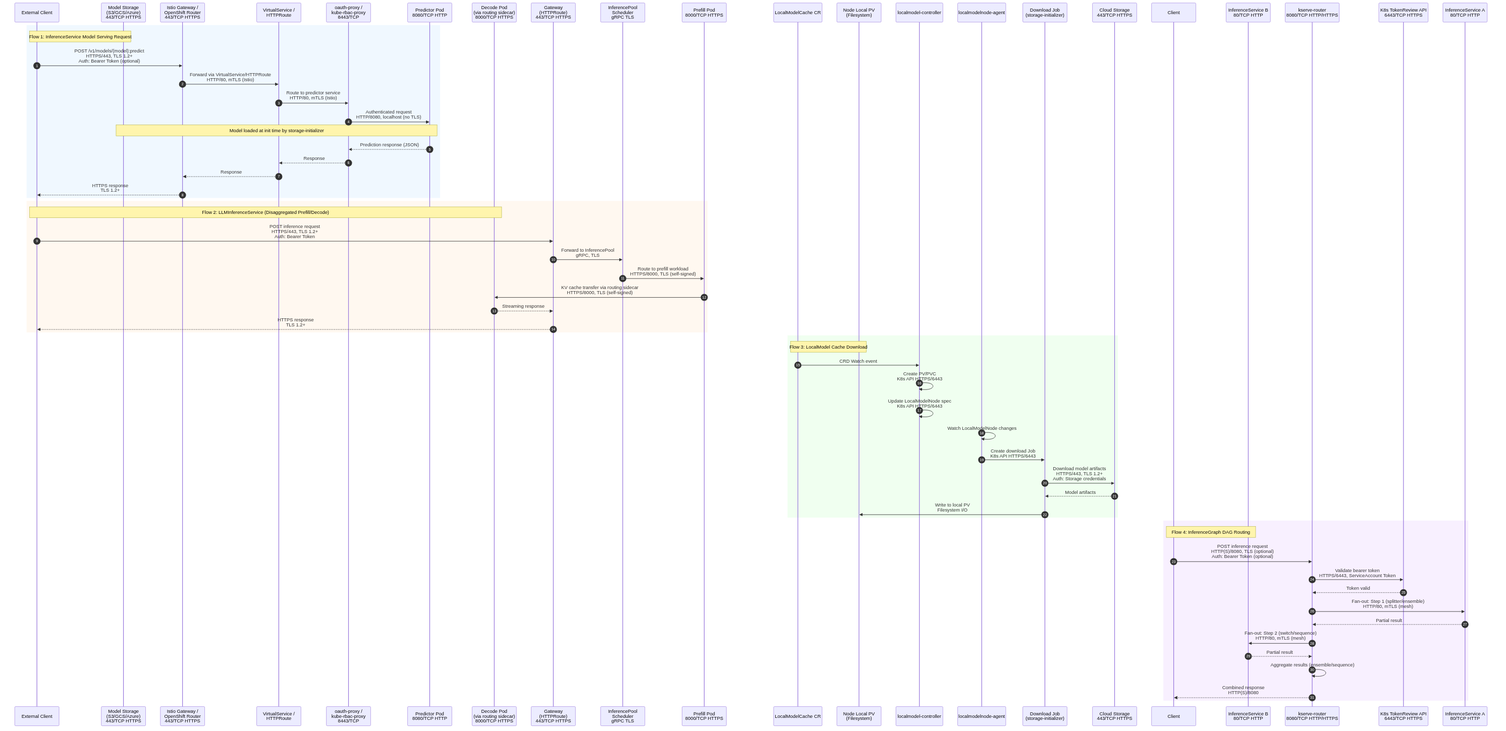
Above: architecture/rhoai.next/diagrams/kserve-dataflow.png in rhuss/architecture-context (Mermaid), before the change. Its source is kept beside it as architecture/rhoai.next/diagrams/kserve-dataflow.mmd.
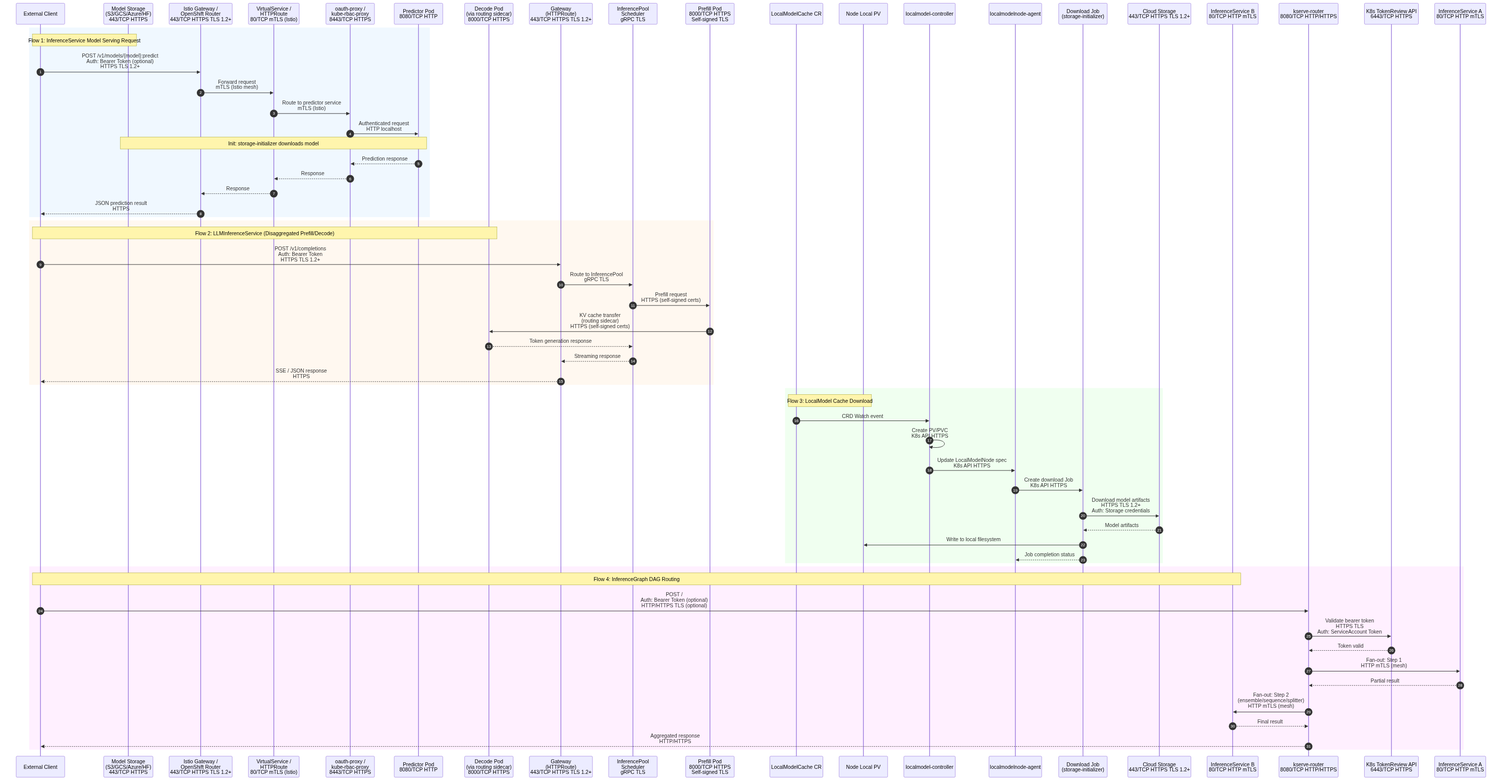
Above is the later version.

What changed in the source:
```diff
@@ -4,72 +4,71 @@
     rect rgb(240, 248, 255)
         Note over Client,ModelStorage: Flow 1: InferenceService Model Serving Request
         participant Client as External Client
-        participant Gateway as Istio Gateway /<br/>OpenShift Router<br/>443/TCP HTTPS
-        participant VS as VirtualService /<br/>HTTPRoute
-        participant OAuthProxy as oauth-proxy /<br/>kube-rbac-proxy<br/>8443/TCP
+        participant Gateway as Istio Gateway /<br/>OpenShift Router<br/>443/TCP HTTPS TLS 1.2+
+        participant VS as VirtualService /<br/>HTTPRoute<br/>80/TCP mTLS (Istio)
+        participant OAuthProxy as oauth-proxy /<br/>kube-rbac-proxy<br/>8443/TCP HTTPS
         participant Predictor as Predictor Pod<br/>8080/TCP HTTP
-        participant ModelStorage as Model Storage<br/>(S3/GCS/Azure)<br/>443/TCP HTTPS
+        participant ModelStorage as Model Storage<br/>(S3/GCS/Azure/HF)<br/>443/TCP HTTPS
 
-        Client->>Gateway: POST /v1/models/{model}:predict<br/>HTTPS/443, TLS 1.2+<br/>Auth: Bearer Token (optional)
-        Gateway->>VS: Forward via VirtualService/HTTPRoute<br/>HTTP/80, mTLS (Istio)
-        VS->>OAuthProxy: Route to predictor service<br/>HTTP/80, mTLS (Istio)
-        OAuthProxy->>Predictor: Authenticated request<br/>HTTP/8080, localhost (no TLS)
-        Note over Predictor,ModelStorage: Model loaded at init time by storage-initializer
-        Predictor-->>OAuthProxy: Prediction response (JSON)
+        Client->>Gateway: POST /v1/models/{model}:predict<br/>Auth: Bearer Token (optional)<br/>HTTPS TLS 1.2+
+        Gateway->>VS: Forward request<br/>mTLS (Istio mesh)
+        VS->>OAuthProxy: Route to predictor service<br/>mTLS (Istio)
+        OAuthProxy->>Predictor: Authenticated request<br/>HTTP localhost
+        Note over Predictor,ModelStorage: Init: storage-initializer downloads model
+        Predictor-->>OAuthProxy: Prediction response
         OAuthProxy-->>VS: Response
         VS-->>Gateway: Response
-        Gateway-->>Client: HTTPS response<br/>TLS 1.2+
+        Gateway-->>Client: JSON prediction result<br/>HTTPS
     end
 
     rect rgb(255, 248, 240)
         Note over Client,DecodePod: Flow 2: LLMInferenceService (Disaggregated Prefill/Decode)
-        participant GW2 as Gateway<br/>(HTTPRoute)<br/>443/TCP HTTPS
+        participant LLMGateway as Gateway<br/>(HTTPRoute)<br/>443/TCP HTTPS TLS 1.2+
         participant Scheduler as InferencePool<br/>Scheduler<br/>gRPC TLS
-        participant PrefillPod as Prefill Pod<br/>8000/TCP HTTPS
+        participant PrefillPod as Prefill Pod<br/>8000/TCP HTTPS<br/>Self-signed TLS
         participant DecodePod as Decode Pod<br/>(via routing sidecar)<br/>8000/TCP HTTPS
 
-        Client->>GW2: POST inference request<br/>HTTPS/443, TLS 1.2+<br/>Auth: Bearer Token
-        GW2->>Scheduler: Forward to InferencePool<br/>gRPC, TLS
-        Scheduler->>PrefillPod: Route to prefill workload<br/>HTTPS/8000, TLS (self-signed)
-        PrefillPod->>DecodePod: KV cache transfer via routing sidecar<br/>HTTPS/8000, TLS (self-signed)
-        DecodePod-->>GW2: Streaming response
-        GW2-->>Client: HTTPS response<br/>TLS 1.2+
+        Client->>LLMGateway: POST /v1/completions<br/>Auth: Bearer Token<br/>HTTPS TLS 1.2+
+        LLMGateway->>Scheduler: Route to InferencePool<br/>gRPC TLS
+        Scheduler->>PrefillPod: Prefill request<br/>HTTPS (self-signed certs)
+        PrefillPod->>DecodePod: KV cache transfer<br/>(routing sidecar)<br/>HTTPS (self-signed certs)
+        DecodePod-->>Scheduler: Token generation response
+        Scheduler-->>LLMGateway: Streaming response
+        LLMGateway-->>Client: SSE / JSON response<br/>HTTPS
     end
 
     rect rgb(240, 255, 240)
-        Note over LMCacheCR,NodePV: Flow 3: LocalModel Cache Download
-        participant LMCacheCR as LocalModelCache CR
+        Note over LMCache,NodePV: Flow 3: LocalModel Cache Download
+        participant LMCache as LocalModelCache CR
         participant LMCtrl as localmodel-controller
-        participant LMNodeAgent as localmodelnode-agent
-        participant DownloadJob as Download Job<br/>(storage-initializer)
-        participant CloudStorage as Cloud Storage<br/>443/TCP HTTPS
-        participant NodePV as Node Local PV<br/>(Filesystem)
+        participant LMAgent as localmodelnode-agent
+        participant DLJob as Download Job<br/>(storage-initializer)
+        participant CloudStore as Cloud Storage<br/>443/TCP HTTPS TLS 1.2+
+        participant NodePV as Node Local PV
 
-        LMCacheCR->>LMCtrl: CRD Watch event
-        LMCtrl->>LMCtrl: Create PV/PVC<br/>K8s API HTTPS/6443
-        LMCtrl->>LMCtrl: Update LocalModelNode spec<br/>K8s API HTTPS/6443
-        LMNodeAgent->>LMNodeAgent: Watch LocalModelNode changes
-        LMNodeAgent->>DownloadJob: Create download Job<br/>K8s API HTTPS/6443
-        DownloadJob->>CloudStorage: Download model artifacts<br/>HTTPS/443, TLS 1.2+<br/>Auth: Storage credentials
-        CloudStorage-->>DownloadJob: Model artifacts
-        DownloadJob->>NodePV: Write to local PV<br/>Filesystem I/O
+        LMCache->>LMCtrl: CRD Watch event
+        LMCtrl->>LMCtrl: Create PV/PVC<br/>K8s API HTTPS
+        LMCtrl->>LMAgent: Update LocalModelNode spec<br/>K8s API HTTPS
+        LMAgent->>DLJob: Create download Job<br/>K8s API HTTPS
+        DLJob->>CloudStore: Download model artifacts<br/>HTTPS TLS 1.2+<br/>Auth: Storage credentials
+        CloudStore-->>DLJob: Model artifacts
+        DLJob->>NodePV: Write to local filesystem
+        DLJob-->>LMAgent: Job completion status
     end
 
-    rect rgb(248, 240, 255)
-        Note over IGClient,ISvcB: Flow 4: InferenceGraph DAG Routing
-        participant IGClient as Client
+    rect rgb(255, 240, 255)
+        Note over Client,ISvcB: Flow 4: InferenceGraph DAG Routing
         participant IGRouter as kserve-router<br/>8080/TCP HTTP/HTTPS
         participant TokenReview as K8s TokenReview API<br/>6443/TCP HTTPS
-        participant ISvcA as InferenceService A<br/>80/TCP HTTP
-        participant ISvcB as InferenceService B<br/>80/TCP HTTP
+        participant ISvcA as InferenceService A<br/>80/TCP HTTP mTLS
+        participant ISvcB as InferenceService B<br/>80/TCP HTTP mTLS
 
-        IGClient->>IGRouter: POST inference request<br/>HTTP(S)/8080, TLS (optional)<br/>Auth: Bearer Token (optional)
-        IGRouter->>TokenReview: Validate bearer token<br/>HTTPS/6443, ServiceAccount Token
+        Client->>IGRouter: POST /<br/>Auth: Bearer Token (optional)<br/>HTTP/HTTPS TLS (optional)
+        IGRouter->>TokenReview: Validate bearer token<br/>HTTPS TLS<br/>Auth: ServiceAccount Token
         TokenReview-->>IGRouter: Token valid
-        IGRouter->>ISvcA: Fan-out: Step 1 (splitter/ensemble)<br/>HTTP/80, mTLS (mesh)
+        IGRouter->>ISvcA: Fan-out: Step 1<br/>HTTP mTLS (mesh)
         ISvcA-->>IGRouter: Partial result
-        IGRouter->>ISvcB: Fan-out: Step 2 (switch/sequence)<br/>HTTP/80, mTLS (mesh)
-        ISvcB-->>IGRouter: Partial result
-        IGRouter->>IGRouter: Aggregate results (ensemble/sequence)
-        IGRouter-->>IGClient: Combined response<br/>HTTP(S)/8080
+        IGRouter->>ISvcB: Fan-out: Step 2<br/>(ensemble/sequence/splitter)<br/>HTTP mTLS (mesh)
+        ISvcB-->>IGRouter: Final result
+        IGRouter-->>Client: Aggregated response<br/>HTTP/HTTPS
     end
```
